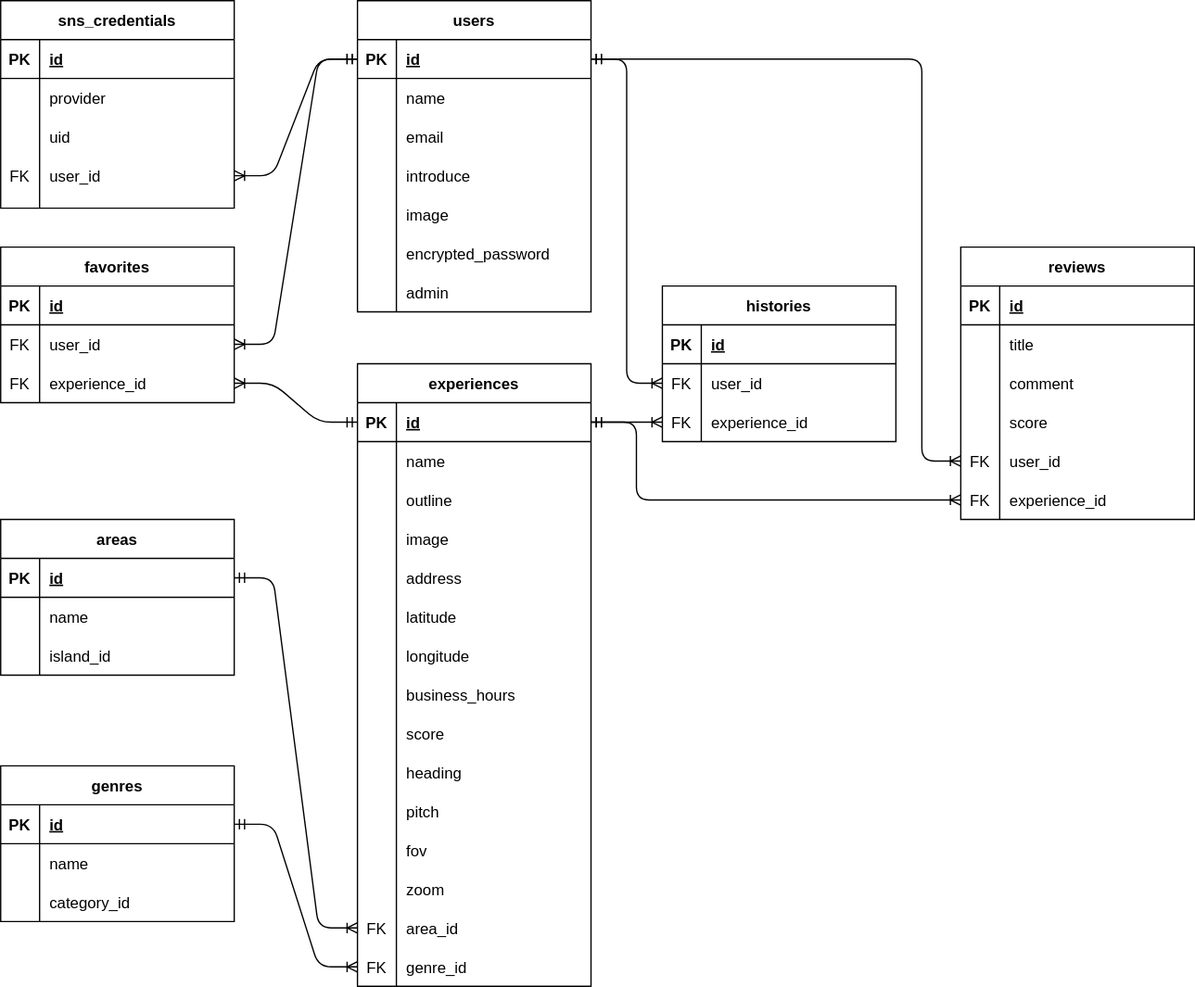
The draw.io diagram db/let's-enjoy-hawaii.drawio.svg in Yasunori-aloha/lets-enjoy-hawaii, before a commit. Source tidied: cells renumbered, new cells last; positions are measured from the earlier drawing's top-left corner, leaving out a move shared by most shapes.
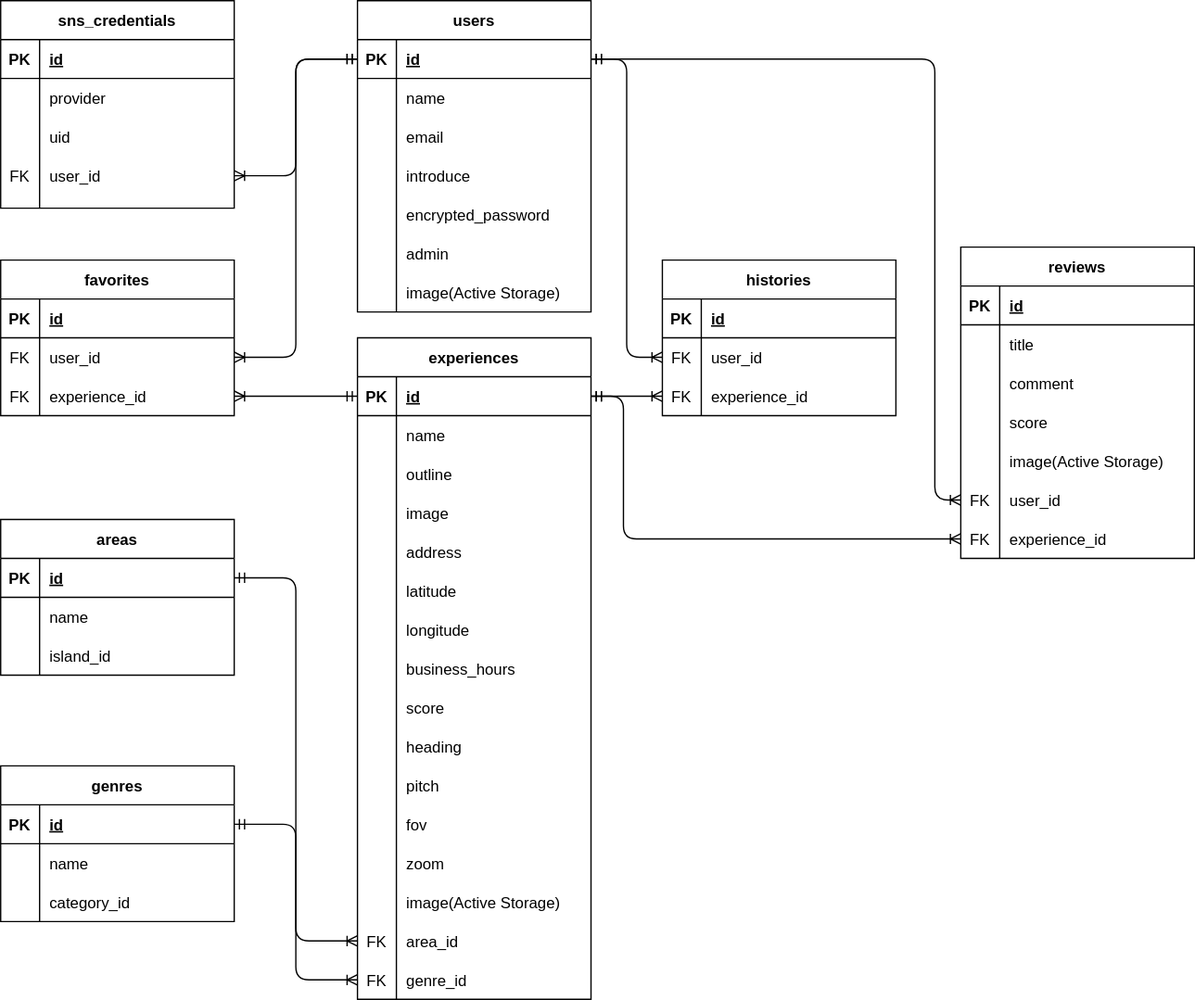
Above is the later version.

Commit message:
update: README.mdの内容更新 #137

The edit, as a diff of the source:
```diff
@@ -71,17 +71,8 @@
     <mxCell id="24" value="introduce" style="shape=partialRectangle;fillColor=none;top=0;left=0;bottom=0;right=0;align=left;spacingLeft=6;overflow=hidden;" parent="22" vertex="1">
       <mxGeometry x="30" width="150" height="30" as="geometry" />
     </mxCell>
-    <mxCell id="25" style="shape=partialRectangle;fillColor=none;top=0;left=0;bottom=0;right=0;" parent="12" vertex="1">
-      <mxGeometry y="150" width="180" height="30" as="geometry" />
-    </mxCell>
-    <mxCell id="26" style="shape=partialRectangle;fillColor=none;top=0;left=0;bottom=0;right=0;overflow=hidden;" parent="25" vertex="1">
-      <mxGeometry width="30" height="30" as="geometry" />
-    </mxCell>
-    <mxCell id="27" value="image" style="shape=partialRectangle;fillColor=none;top=0;left=0;bottom=0;right=0;align=left;spacingLeft=6;overflow=hidden;" parent="25" vertex="1">
-      <mxGeometry x="30" width="150" height="30" as="geometry" />
-    </mxCell>
     <mxCell id="28" style="shape=partialRectangle;fillColor=none;top=0;left=0;bottom=0;right=0;" parent="12" vertex="1">
-      <mxGeometry y="180" width="180" height="30" as="geometry" />
+      <mxGeometry y="150" width="180" height="30" as="geometry" />
     </mxCell>
     <mxCell id="29" style="shape=partialRectangle;fillColor=none;top=0;left=0;bottom=0;right=0;overflow=hidden;" parent="28" vertex="1">
       <mxGeometry width="30" height="30" as="geometry" />
@@ -90,7 +81,7 @@
       <mxGeometry x="30" width="150" height="30" as="geometry" />
     </mxCell>
     <mxCell id="31" style="shape=partialRectangle;fillColor=none;top=0;left=0;bottom=0;right=0;" parent="12" vertex="1">
-      <mxGeometry y="210" width="180" height="30" as="geometry" />
+      <mxGeometry y="180" width="180" height="30" as="geometry" />
     </mxCell>
     <mxCell id="32" style="shape=partialRectangle;fillColor=none;top=0;left=0;bottom=0;right=0;overflow=hidden;" parent="31" vertex="1">
       <mxGeometry width="30" height="30" as="geometry" />
@@ -98,8 +89,17 @@
     <mxCell id="33" value="admin" style="shape=partialRectangle;fillColor=none;top=0;left=0;bottom=0;right=0;align=left;spacingLeft=6;overflow=hidden;" parent="31" vertex="1">
       <mxGeometry x="30" width="150" height="30" as="geometry" />
     </mxCell>
+    <mxCell id="25" style="shape=partialRectangle;fillColor=none;top=0;left=0;bottom=0;right=0;" parent="12" vertex="1">
+      <mxGeometry y="210" width="180" height="30" as="geometry" />
+    </mxCell>
+    <mxCell id="26" style="shape=partialRectangle;fillColor=none;top=0;left=0;bottom=0;right=0;overflow=hidden;" parent="25" vertex="1">
+      <mxGeometry width="30" height="30" as="geometry" />
+    </mxCell>
+    <mxCell id="27" value="image(Active Storage)" style="shape=partialRectangle;fillColor=none;top=0;left=0;bottom=0;right=0;align=left;spacingLeft=6;overflow=hidden;" parent="25" vertex="1">
+      <mxGeometry x="30" width="150" height="30" as="geometry" />
+    </mxCell>
     <mxCell id="34" value="favorites" style="shape=table;startSize=30;rowLines=0;fontStyle=1;align=center;" parent="1" vertex="1">
-      <mxGeometry y="190" width="180" height="120" as="geometry" />
+      <mxGeometry y="200" width="180" height="120" as="geometry" />
     </mxCell>
     <mxCell id="35" style="shape=partialRectangle;fillColor=none;top=0;left=0;bottom=1;right=0;" parent="34" vertex="1">
       <mxGeometry y="30" width="180" height="30" as="geometry" />
@@ -158,23 +158,23 @@
     <mxCell id="53" value="category_id" style="shape=partialRectangle;fillColor=none;top=0;left=0;bottom=0;right=0;align=left;spacingLeft=6;overflow=hidden;" parent="51" vertex="1">
       <mxGeometry x="30" width="150" height="30" as="geometry" />
     </mxCell>
-    <mxCell id="54" style="edgeStyle=entityRelationEdgeStyle;fontSize=12;html=1;endArrow=ERoneToMany;startArrow=ERmandOne;exitX=1;exitY=0.5;exitDx=0;exitDy=0;entryX=0;entryY=0.5;entryDx=0;entryDy=0;" parent="1" edge="1" source="3" target="131">
+    <mxCell id="54" style="edgeStyle=orthogonalEdgeStyle;fontSize=12;html=1;endArrow=ERoneToMany;startArrow=ERmandOne;exitX=1;exitY=0.5;exitDx=0;exitDy=0;entryX=0;entryY=0.5;entryDx=0;entryDy=0;" parent="1" edge="1" source="3" target="131">
       <mxGeometry relative="1" as="geometry" />
     </mxCell>
-    <mxCell id="55" style="edgeStyle=entityRelationEdgeStyle;fontSize=12;html=1;endArrow=ERoneToMany;startArrow=ERmandOne;entryX=0;entryY=0.5;entryDx=0;entryDy=0;exitX=1;exitY=0.5;exitDx=0;exitDy=0;" parent="1" edge="1" source="45" target="134">
+    <mxCell id="55" style="edgeStyle=orthogonalEdgeStyle;fontSize=12;html=1;endArrow=ERoneToMany;startArrow=ERmandOne;entryX=0;entryY=0.5;entryDx=0;entryDy=0;exitX=1;exitY=0.5;exitDx=0;exitDy=0;" parent="1" edge="1" source="45" target="134">
       <mxGeometry relative="1" as="geometry" />
     </mxCell>
-    <mxCell id="56" style="edgeStyle=entityRelationEdgeStyle;fontSize=12;html=1;endArrow=ERoneToMany;startArrow=ERmandOne;entryX=1;entryY=0.5;entryDx=0;entryDy=0;exitX=0;exitY=0.5;exitDx=0;exitDy=0;" parent="1" edge="1" source="92" target="41">
+    <mxCell id="56" style="edgeStyle=orthogonalEdgeStyle;fontSize=12;html=1;endArrow=ERoneToMany;startArrow=ERmandOne;entryX=1;entryY=0.5;entryDx=0;entryDy=0;exitX=0;exitY=0.5;exitDx=0;exitDy=0;" parent="1" edge="1" source="92" target="41">
       <mxGeometry relative="1" as="geometry" />
     </mxCell>
-    <mxCell id="57" style="edgeStyle=entityRelationEdgeStyle;fontSize=12;html=1;endArrow=ERoneToMany;startArrow=ERmandOne;exitX=0;exitY=0.5;exitDx=0;exitDy=0;entryX=1;entryY=0.5;entryDx=0;entryDy=0;" parent="1" edge="1" source="13" target="38">
+    <mxCell id="57" style="edgeStyle=orthogonalEdgeStyle;fontSize=12;html=1;endArrow=ERoneToMany;startArrow=ERmandOne;exitX=0;exitY=0.5;exitDx=0;exitDy=0;entryX=1;entryY=0.5;entryDx=0;entryDy=0;" parent="1" edge="1" source="13" target="38">
       <mxGeometry relative="1" as="geometry" />
     </mxCell>
     <mxCell id="58" style="edgeStyle=orthogonalEdgeStyle;fontSize=12;html=1;endArrow=ERoneToMany;startArrow=ERmandOne;entryX=0;entryY=0.5;entryDx=0;entryDy=0;exitX=1;exitY=0.5;exitDx=0;exitDy=0;" parent="1" edge="1" source="92" target="85">
       <mxGeometry relative="1" as="geometry" />
     </mxCell>
     <mxCell id="59" value="reviews" style="shape=table;startSize=30;rowLines=0;fontStyle=1;align=center;" parent="1" vertex="1">
-      <mxGeometry x="740" y="190" width="180" height="210" as="geometry" />
+      <mxGeometry x="740" y="190" width="180" height="240" as="geometry" />
     </mxCell>
     <mxCell id="60" style="shape=partialRectangle;fillColor=none;top=0;left=0;bottom=1;right=0;" parent="59" vertex="1">
       <mxGeometry y="30" width="180" height="30" as="geometry" />
@@ -212,8 +212,17 @@
     <mxCell id="71" value="score" style="shape=partialRectangle;fillColor=none;top=0;left=0;bottom=0;right=0;align=left;spacingLeft=6;fontStyle=0;overflow=hidden;" parent="69" vertex="1">
       <mxGeometry x="30" width="150" height="30" as="geometry" />
     </mxCell>
+    <mxCell id="151" style="shape=partialRectangle;fillColor=none;top=0;left=0;bottom=0;right=0;" parent="59" vertex="1">
+      <mxGeometry y="150" width="180" height="30" as="geometry" />
+    </mxCell>
+    <mxCell id="152" style="shape=partialRectangle;fillColor=none;top=0;left=0;bottom=0;right=0;fontStyle=0;overflow=hidden;" parent="151" vertex="1">
+      <mxGeometry width="30" height="30" as="geometry" />
+    </mxCell>
+    <mxCell id="153" value="image(Active Storage)" style="shape=partialRectangle;fillColor=none;top=0;left=0;bottom=0;right=0;align=left;spacingLeft=6;fontStyle=0;overflow=hidden;" parent="151" vertex="1">
+      <mxGeometry x="30" width="150" height="30" as="geometry" />
+    </mxCell>
     <mxCell id="72" style="shape=partialRectangle;fillColor=none;top=0;left=0;bottom=0;right=0;points=[[0,0.5],[1,0.5]];portConstraint=eastwest;" parent="59" vertex="1">
-      <mxGeometry y="150" width="180" height="30" as="geometry" />
+      <mxGeometry y="180" width="180" height="30" as="geometry" />
     </mxCell>
     <mxCell id="73" value="FK" style="shape=partialRectangle;fillColor=none;top=0;left=0;bottom=0;right=0;fontStyle=0;overflow=hidden;" parent="72" vertex="1">
       <mxGeometry width="30" height="30" as="geometry" />
@@ -222,7 +231,7 @@
       <mxGeometry x="30" width="150" height="30" as="geometry" />
     </mxCell>
     <mxCell id="75" style="shape=partialRectangle;fillColor=none;top=0;left=0;bottom=0;right=0;points=[[0,0.5],[1,0.5]];portConstraint=eastwest;" parent="59" vertex="1">
-      <mxGeometry y="180" width="180" height="30" as="geometry" />
+      <mxGeometry y="210" width="180" height="30" as="geometry" />
     </mxCell>
     <mxCell id="76" value="FK" style="shape=partialRectangle;fillColor=none;top=0;left=0;bottom=0;right=0;fontStyle=0;overflow=hidden;" parent="75" vertex="1">
       <mxGeometry width="30" height="30" as="geometry" />
@@ -231,7 +240,7 @@
       <mxGeometry x="30" width="150" height="30" as="geometry" />
     </mxCell>
     <mxCell id="78" value="histories" style="shape=table;startSize=30;rowLines=0;fontStyle=1;align=center;" parent="1" vertex="1">
-      <mxGeometry x="510" y="220" width="180" height="120" as="geometry" />
+      <mxGeometry x="510" y="200" width="180" height="120" as="geometry" />
     </mxCell>
     <mxCell id="79" style="shape=partialRectangle;fillColor=none;top=0;left=0;bottom=1;right=0;" parent="78" vertex="1">
       <mxGeometry y="30" width="180" height="30" as="geometry" />
@@ -263,16 +272,16 @@
     <mxCell id="88" style="edgeStyle=orthogonalEdgeStyle;fontSize=12;html=1;endArrow=ERoneToMany;startArrow=ERmandOne;entryX=0;entryY=0.5;entryDx=0;entryDy=0;exitX=1;exitY=0.5;exitDx=0;exitDy=0;" parent="1" edge="1" source="92" target="75">
       <mxGeometry relative="1" as="geometry">
         <Array as="points">
-          <mxPoint x="490" y="325" />
-          <mxPoint x="490" y="385" />
+          <mxPoint x="480" y="305" />
+          <mxPoint x="480" y="415" />
         </Array>
       </mxGeometry>
     </mxCell>
     <mxCell id="89" style="edgeStyle=orthogonalEdgeStyle;fontSize=12;html=1;endArrow=ERoneToMany;startArrow=ERmandOne;exitX=1;exitY=0.5;exitDx=0;exitDy=0;entryX=0;entryY=0.5;entryDx=0;entryDy=0;" parent="1" edge="1" source="13" target="72">
       <mxGeometry relative="1" as="geometry">
         <Array as="points">
-          <mxPoint x="710" y="45" />
-          <mxPoint x="710" y="355" />
+          <mxPoint x="720" y="45" />
+          <mxPoint x="720" y="385" />
         </Array>
       </mxGeometry>
     </mxCell>
@@ -280,7 +289,7 @@
       <mxGeometry relative="1" as="geometry" />
     </mxCell>
     <mxCell id="91" value="experiences" style="shape=table;startSize=30;rowLines=0;fontStyle=1;align=center;" parent="1" vertex="1">
-      <mxGeometry x="275" y="280" width="180" height="480" as="geometry" />
+      <mxGeometry x="275" y="260" width="180" height="510" as="geometry" />
     </mxCell>
     <mxCell id="92" style="shape=partialRectangle;fillColor=none;top=0;left=0;bottom=1;right=0;points=[[0,0.5],[1,0.5]];portConstraint=eastwest;" parent="91" vertex="1">
       <mxGeometry y="30" width="180" height="30" as="geometry" />
@@ -399,8 +408,17 @@
     <mxCell id="130" value="zoom" style="shape=partialRectangle;fillColor=none;top=0;left=0;bottom=0;right=0;align=left;spacingLeft=6;overflow=hidden;" parent="128" vertex="1">
       <mxGeometry x="30" width="150" height="30" as="geometry" />
     </mxCell>
+    <mxCell id="154" style="shape=partialRectangle;fillColor=none;top=0;left=0;bottom=0;right=0;" parent="91" vertex="1">
+      <mxGeometry y="420" width="180" height="30" as="geometry" />
+    </mxCell>
+    <mxCell id="155" style="shape=partialRectangle;fillColor=none;top=0;left=0;bottom=0;right=0;overflow=hidden;" parent="154" vertex="1">
+      <mxGeometry width="30" height="30" as="geometry" />
+    </mxCell>
+    <mxCell id="156" value="image(Active Storage)" style="shape=partialRectangle;fillColor=none;top=0;left=0;bottom=0;right=0;align=left;spacingLeft=6;overflow=hidden;" parent="154" vertex="1">
+      <mxGeometry x="30" width="150" height="30" as="geometry" />
+    </mxCell>
     <mxCell id="131" style="shape=partialRectangle;fillColor=none;top=0;left=0;bottom=0;right=0;points=[[0,0.5],[1,0.5]];portConstraint=eastwest;" parent="91" vertex="1">
-      <mxGeometry y="420" width="180" height="30" as="geometry" />
+      <mxGeometry y="450" width="180" height="30" as="geometry" />
     </mxCell>
     <mxCell id="132" value="FK" style="shape=partialRectangle;fillColor=none;top=0;left=0;bottom=0;right=0;fontStyle=0;overflow=hidden;" parent="131" vertex="1">
       <mxGeometry width="30" height="30" as="geometry" />
@@ -409,7 +427,7 @@
       <mxGeometry x="30" width="150" height="30" as="geometry" />
     </mxCell>
     <mxCell id="134" style="shape=partialRectangle;fillColor=none;top=0;left=0;bottom=0;right=0;points=[[0,0.5],[1,0.5]];portConstraint=eastwest;" parent="91" vertex="1">
-      <mxGeometry y="450" width="180" height="30" as="geometry" />
+      <mxGeometry y="480" width="180" height="30" as="geometry" />
     </mxCell>
     <mxCell id="135" value="FK" style="shape=partialRectangle;fillColor=none;top=0;left=0;bottom=0;right=0;fontStyle=0;overflow=hidden;" parent="134" vertex="1">
       <mxGeometry width="30" height="30" as="geometry" />
@@ -456,7 +474,7 @@
     <mxCell id="149" value="user_id" style="shape=partialRectangle;fillColor=none;top=0;left=0;bottom=0;right=0;align=left;spacingLeft=6;overflow=hidden;" parent="147" vertex="1">
       <mxGeometry x="30" width="150" height="30" as="geometry" />
     </mxCell>
-    <mxCell id="150" style="edgeStyle=entityRelationEdgeStyle;fontSize=12;html=1;endArrow=ERoneToMany;startArrow=ERmandOne;exitX=0;exitY=0.5;exitDx=0;exitDy=0;entryX=1;entryY=0.5;entryDx=0;entryDy=0;" parent="1" edge="1" source="13" target="147">
+    <mxCell id="150" style="edgeStyle=orthogonalEdgeStyle;fontSize=12;html=1;endArrow=ERoneToMany;startArrow=ERmandOne;exitX=0;exitY=0.5;exitDx=0;exitDy=0;entryX=1;entryY=0.5;entryDx=0;entryDy=0;" parent="1" edge="1" source="13" target="147">
       <mxGeometry relative="1" as="geometry" />
     </mxCell>
   </root>
```
